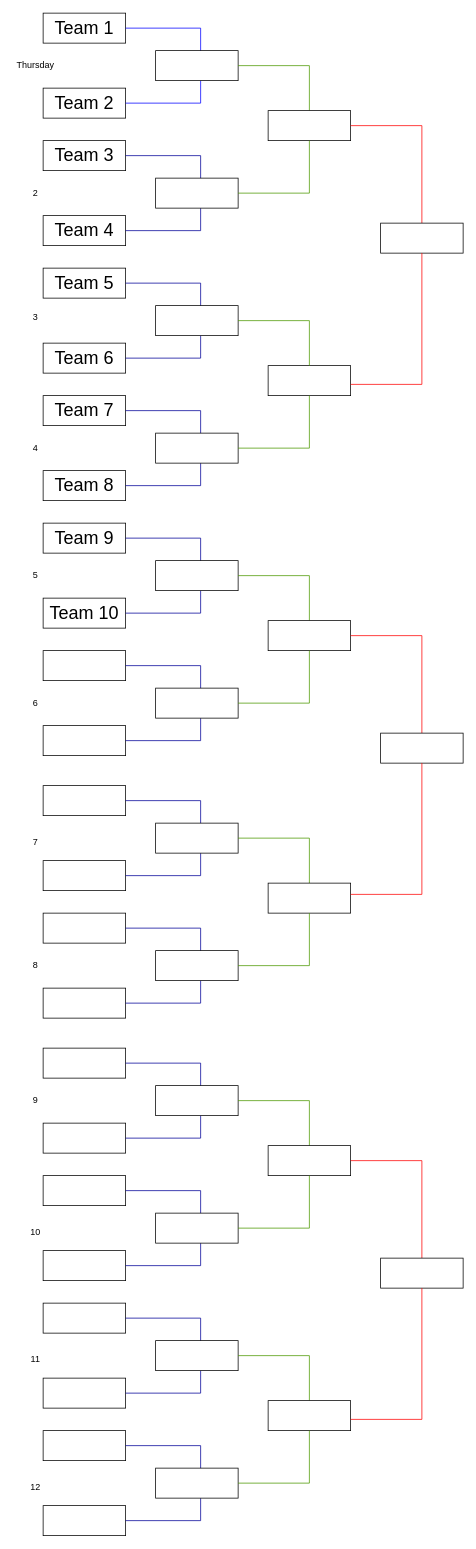
imadchougle/carrom_brackets keeps this draw.io diagram as Carrom Brackets.drawio. Above is the earlier version. Source tidied: cells renumbered, new cells numbered last; positions are measured from the earlier drawing's top-left corner, leaving out a move shared by most shapes. Both pictures are drawn from the tidied source at 75%, with x=0, y=0 at pixel (13, 13).
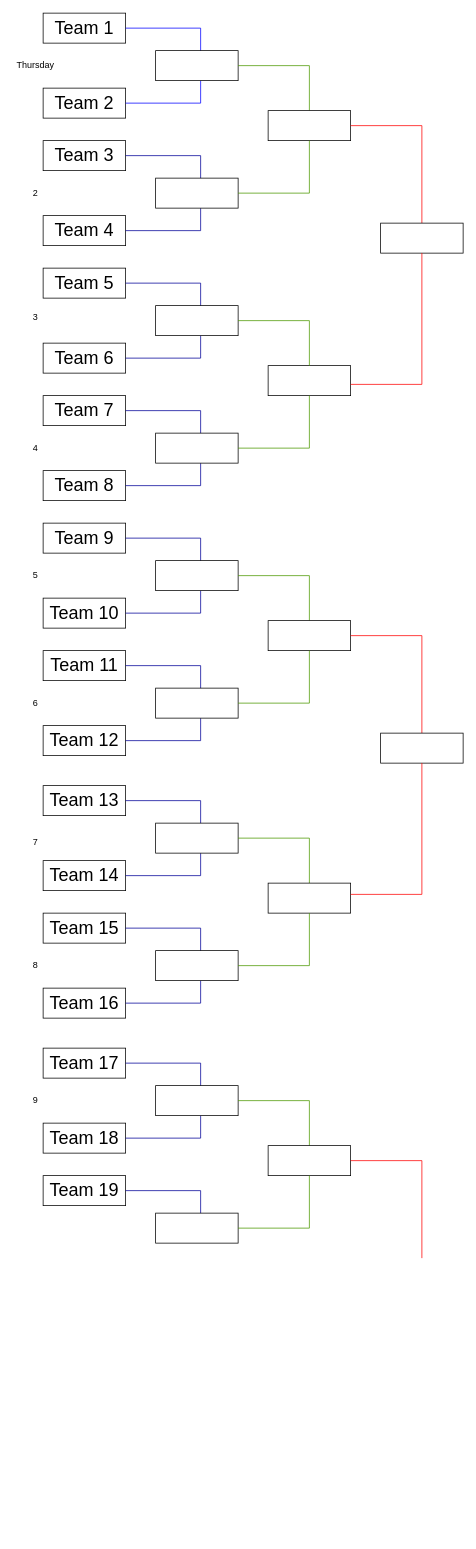
After the change.

What changed in the source:
```diff
@@
-    <mxCell id="17" style="rounded=0;whiteSpace=wrap;html=1;" parent="1" vertex="1">
+    <mxCell id="17" value="&lt;span style=&quot;font-size: 24px;&quot;&gt;Team 11&lt;/span&gt;" style="rounded=0;whiteSpace=wrap;html=1;" parent="1" vertex="1">
       <mxGeometry x="40" y="850" width="110" height="40" as="geometry" />
     </mxCell>
-    <mxCell id="18" style="rounded=0;whiteSpace=wrap;html=1;" parent="1" vertex="1">
+    <mxCell id="18" value="&lt;span style=&quot;font-size: 24px;&quot;&gt;Team 12&lt;/span&gt;" style="rounded=0;whiteSpace=wrap;html=1;" parent="1" vertex="1">
       <mxGeometry x="40" y="950" width="110" height="40" as="geometry" />
     </mxCell>
@@
-    <mxCell id="22" style="rounded=0;whiteSpace=wrap;html=1;" parent="1" vertex="1">
+    <mxCell id="22" value="&lt;span style=&quot;font-size: 24px;&quot;&gt;Team 13&lt;/span&gt;" style="rounded=0;whiteSpace=wrap;html=1;" parent="1" vertex="1">
       <mxGeometry x="40" y="1030" width="110" height="40" as="geometry" />
     </mxCell>
-    <mxCell id="23" style="rounded=0;whiteSpace=wrap;html=1;" parent="1" vertex="1">
+    <mxCell id="23" value="&lt;span style=&quot;font-size: 24px;&quot;&gt;Team 14&lt;/span&gt;" style="rounded=0;whiteSpace=wrap;html=1;" parent="1" vertex="1">
       <mxGeometry x="40" y="1130" width="110" height="40" as="geometry" />
     </mxCell>
@@
-    <mxCell id="27" style="rounded=0;whiteSpace=wrap;html=1;" parent="1" vertex="1">
+    <mxCell id="27" value="&lt;span style=&quot;font-size: 24px;&quot;&gt;Team 15&lt;/span&gt;" style="rounded=0;whiteSpace=wrap;html=1;" parent="1" vertex="1">
       <mxGeometry x="40" y="1200" width="110" height="40" as="geometry" />
     </mxCell>
-    <mxCell id="28" style="rounded=0;whiteSpace=wrap;html=1;" parent="1" vertex="1">
+    <mxCell id="28" value="&lt;span style=&quot;font-size: 24px;&quot;&gt;Team 16&lt;/span&gt;" style="rounded=0;whiteSpace=wrap;html=1;" parent="1" vertex="1">
       <mxGeometry x="40" y="1300" width="110" height="40" as="geometry" />
     </mxCell>
@@
-    <mxCell id="32" style="rounded=0;whiteSpace=wrap;html=1;" parent="1" vertex="1">
+    <mxCell id="32" value="&lt;span style=&quot;font-size: 24px;&quot;&gt;Team 17&lt;/span&gt;" style="rounded=0;whiteSpace=wrap;html=1;" parent="1" vertex="1">
       <mxGeometry x="40" y="1380" width="110" height="40" as="geometry" />
     </mxCell>
-    <mxCell id="33" style="rounded=0;whiteSpace=wrap;html=1;" parent="1" vertex="1">
+    <mxCell id="33" value="&lt;span style=&quot;font-size: 24px;&quot;&gt;Team 18&lt;/span&gt;" style="rounded=0;whiteSpace=wrap;html=1;" parent="1" vertex="1">
       <mxGeometry x="40" y="1480" width="110" height="40" as="geometry" />
     </mxCell>
@@
-    <mxCell id="37" style="rounded=0;whiteSpace=wrap;html=1;" parent="1" vertex="1">
+    <mxCell id="37" value="&lt;span style=&quot;font-size: 24px;&quot;&gt;Team 19&lt;/span&gt;" style="rounded=0;whiteSpace=wrap;html=1;" parent="1" vertex="1">
       <mxGeometry x="40" y="1550" width="110" height="40" as="geometry" />
     </mxCell>
-    <mxCell id="38" style="rounded=0;whiteSpace=wrap;html=1;" parent="1" vertex="1">
-      <mxGeometry x="40" y="1650" width="110" height="40" as="geometry" />
-    </mxCell>
@@
-    <mxCell id="40" style="endArrow=none;html=1;rounded=0;strokeColor=light-dark(#000099,#FFFFFF);" parent="1" edge="1">
-      <mxGeometry relative="1" as="geometry">
-        <mxPoint x="150" y="1670" as="sourcePoint" />
-        <mxPoint x="250" y="1640" as="targetPoint" />
-        <Array as="points">
-          <mxPoint x="250" y="1670" />
-        </Array>
-      </mxGeometry>
-    </mxCell>
@@
-    <mxCell id="42" style="rounded=0;whiteSpace=wrap;html=1;" parent="1" vertex="1">
-      <mxGeometry x="40" y="1720" width="110" height="40" as="geometry" />
-    </mxCell>
-    <mxCell id="43" style="rounded=0;whiteSpace=wrap;html=1;" parent="1" vertex="1">
-      <mxGeometry x="40" y="1820" width="110" height="40" as="geometry" />
-    </mxCell>
-    <mxCell id="44" style="endArrow=none;html=1;rounded=0;strokeColor=light-dark(#000099,#FFFFFF);" parent="1" edge="1">
-      <mxGeometry relative="1" as="geometry">
-        <mxPoint x="150" y="1740" as="sourcePoint" />
-        <mxPoint x="250" y="1780" as="targetPoint" />
-        <Array as="points">
-          <mxPoint x="250" y="1740" />
-        </Array>
-      </mxGeometry>
-    </mxCell>
-    <mxCell id="45" style="endArrow=none;html=1;rounded=0;strokeColor=light-dark(#000099,#FFFFFF);" parent="1" edge="1">
-      <mxGeometry relative="1" as="geometry">
-        <mxPoint x="150" y="1840" as="sourcePoint" />
-        <mxPoint x="250" y="1810" as="targetPoint" />
-        <Array as="points">
-          <mxPoint x="250" y="1840" />
-        </Array>
-      </mxGeometry>
-    </mxCell>
-    <mxCell id="46" style="rounded=0;whiteSpace=wrap;html=1;" parent="1" vertex="1">
-      <mxGeometry x="190" y="1770" width="110" height="40" as="geometry" />
-    </mxCell>
-    <mxCell id="47" style="rounded=0;whiteSpace=wrap;html=1;" parent="1" vertex="1">
-      <mxGeometry x="40" y="1890" width="110" height="40" as="geometry" />
-    </mxCell>
-    <mxCell id="48" style="rounded=0;whiteSpace=wrap;html=1;" parent="1" vertex="1">
-      <mxGeometry x="40" y="1990" width="110" height="40" as="geometry" />
-    </mxCell>
-    <mxCell id="49" style="endArrow=none;html=1;rounded=0;strokeColor=light-dark(#000099,#FFFFFF);" parent="1" edge="1">
-      <mxGeometry relative="1" as="geometry">
-        <mxPoint x="150" y="1910" as="sourcePoint" />
-        <mxPoint x="250" y="1950" as="targetPoint" />
-        <Array as="points">
-          <mxPoint x="250" y="1910" />
-        </Array>
-      </mxGeometry>
-    </mxCell>
-    <mxCell id="50" style="endArrow=none;html=1;rounded=0;strokeColor=light-dark(#000099,#FFFFFF);" parent="1" edge="1">
-      <mxGeometry relative="1" as="geometry">
-        <mxPoint x="150" y="2010" as="sourcePoint" />
-        <mxPoint x="250" y="1980" as="targetPoint" />
-        <Array as="points">
-          <mxPoint x="250" y="2010" />
-        </Array>
-      </mxGeometry>
-    </mxCell>
-    <mxCell id="51" style="rounded=0;whiteSpace=wrap;html=1;" parent="1" vertex="1">
-      <mxGeometry x="190" y="1940" width="110" height="40" as="geometry" />
-    </mxCell>
@@
-    <mxCell id="77" style="endArrow=none;html=1;rounded=0;entryX=0.5;entryY=0;entryDx=0;entryDy=0;strokeColor=light-dark(#4D9900,#FFFFFF);" parent="1" edge="1" target="78">
-      <mxGeometry relative="1" as="geometry">
-        <mxPoint x="300" y="1790" as="sourcePoint" />
-        <Array as="points">
-          <mxPoint x="395" y="1790" />
-        </Array>
-      </mxGeometry>
-    </mxCell>
-    <mxCell id="78" style="rounded=0;whiteSpace=wrap;html=1;" parent="1" vertex="1">
-      <mxGeometry x="340" y="1850" width="110" height="40" as="geometry" />
-    </mxCell>
-    <mxCell id="79" style="endArrow=none;html=1;rounded=0;strokeColor=light-dark(#4D9900,#FFFFFF);" parent="1" edge="1" target="78">
-      <mxGeometry relative="1" as="geometry">
-        <mxPoint x="300" y="1960" as="sourcePoint" />
-        <Array as="points">
-          <mxPoint x="395" y="1960" />
-        </Array>
-      </mxGeometry>
-    </mxCell>
@@
-    <mxCell id="86" style="endArrow=none;html=1;rounded=0;entryX=0.5;entryY=0;entryDx=0;entryDy=0;strokeColor=light-dark(#FF0000,#FFFFFF);" parent="1" edge="1" target="87">
+    <mxCell id="86" style="endArrow=none;html=1;rounded=0;entryX=0.5;entryY=0;entryDx=0;entryDy=0;strokeColor=light-dark(#FF0000,#FFFFFF);" parent="1" edge="1">
       <mxGeometry relative="1" as="geometry">
         <mxPoint x="450" y="1530" as="sourcePoint" />
+        <mxPoint x="545" y="1660" as="targetPoint" />
         <Array as="points">
           <mxPoint x="545" y="1530" />
         </Array>
       </mxGeometry>
     </mxCell>
-    <mxCell id="87" style="rounded=0;whiteSpace=wrap;html=1;" parent="1" vertex="1">
-      <mxGeometry x="490" y="1660" width="110" height="40" as="geometry" />
-    </mxCell>
-    <mxCell id="88" style="endArrow=none;html=1;rounded=0;strokeColor=light-dark(#FF0000,#FFFFFF);entryX=0.5;entryY=1;entryDx=0;entryDy=0;" parent="1" edge="1" target="87">
-      <mxGeometry relative="1" as="geometry">
-        <mxPoint x="450" y="1875" as="sourcePoint" />
-        <Array as="points">
-          <mxPoint x="545" y="1875" />
-        </Array>
-      </mxGeometry>
-    </mxCell>
@@
-    <mxCell id="98" value="10" style="text;html=1;align=center;verticalAlign=middle;whiteSpace=wrap;rounded=0;" parent="1" vertex="1">
-      <mxGeometry y="1610" width="60" height="30" as="geometry" />
-    </mxCell>
-    <mxCell id="99" value="11" style="text;html=1;align=center;verticalAlign=middle;whiteSpace=wrap;rounded=0;" parent="1" vertex="1">
-      <mxGeometry y="1780" width="60" height="30" as="geometry" />
-    </mxCell>
-    <mxCell id="100" value="12" style="text;html=1;align=center;verticalAlign=middle;whiteSpace=wrap;rounded=0;" parent="1" vertex="1">
-      <mxGeometry y="1950" width="60" height="30" as="geometry" />
-    </mxCell>
```
